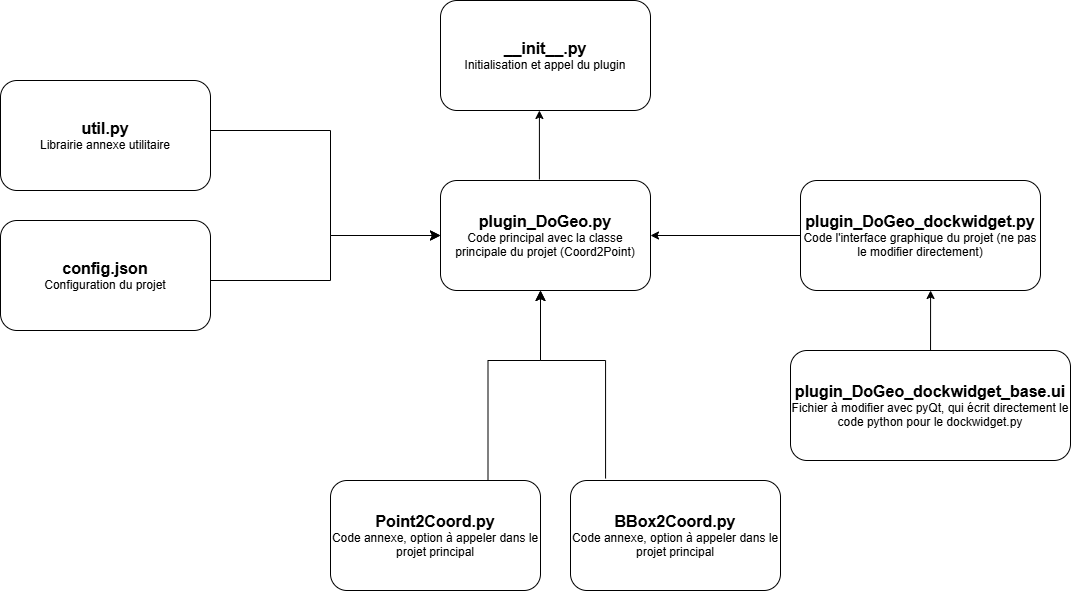
Above: Diag_act_plugin_general.drawio.png in leonielrx/ProjetInfo_DoGeo (draw.io), before the change. Source tidied: cells renumbered, new cells last; positions are measured from the earlier drawing's top-left corner, leaving out a move shared by most shapes.
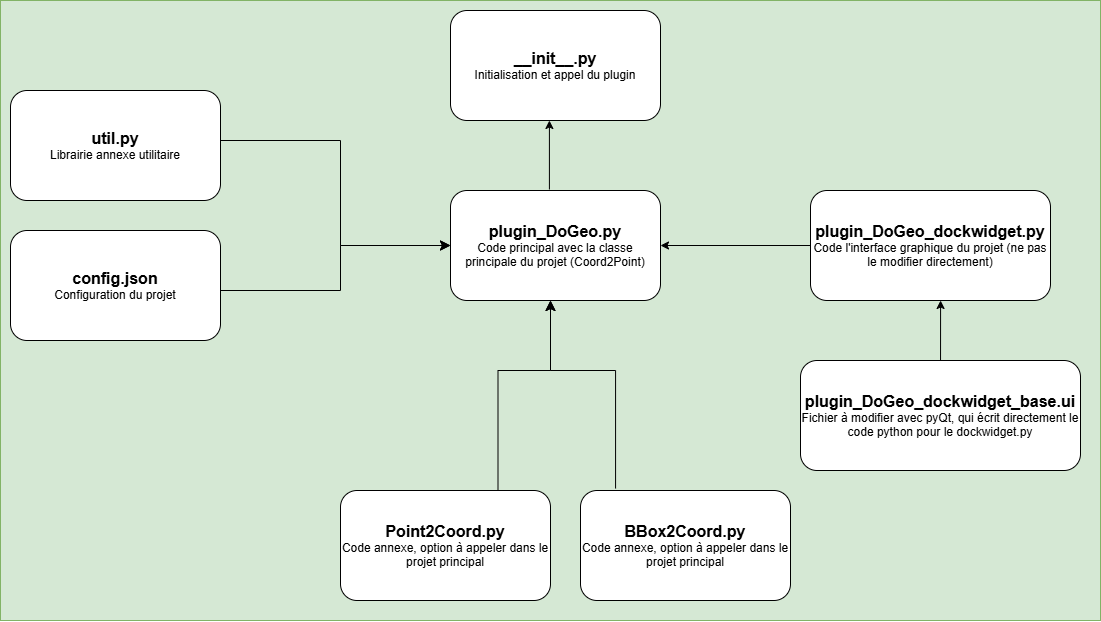
Later version of the same file.

Commit message:
Mettre à jour Diag_act_plugin_general.drawio.png

What changed in the source:
```diff
@@ -2,6 +2,9 @@
   <root>
     <mxCell id="0" />
     <mxCell id="1" parent="0" />
+    <mxCell id="17" style="rounded=0;whiteSpace=wrap;html=1;fillColor=#d5e8d4;strokeColor=#82b366;" parent="1" vertex="1">
+      <mxGeometry x="-10" y="-10" width="1100" height="620" as="geometry" />
+    </mxCell>
     <mxCell id="2" value="&lt;div&gt;&lt;b&gt;&lt;font style=&quot;font-size: 16px;&quot;&gt;plugin_DoGeo.py&lt;/font&gt;&lt;/b&gt;&lt;/div&gt;&lt;div&gt;Code principal avec la classe principale du projet (Coord2Point)&lt;br&gt;&lt;/div&gt;" style="rounded=1;whiteSpace=wrap;html=1;" parent="1" vertex="1">
       <mxGeometry x="440" y="180" width="210" height="110" as="geometry" />
     </mxCell>
```
